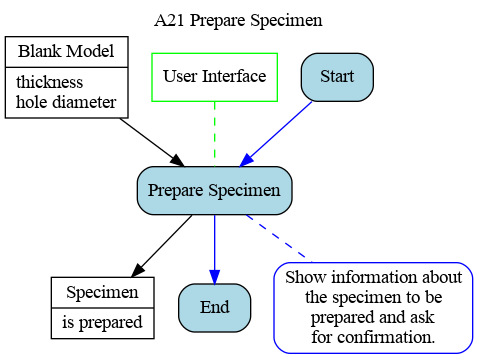
Before: Ontology_Layer/Behaviour_Model/04_A21.gv.png, a diagram exported from Graphviz (ModelsforManufacturing/hole-flanging-by-SPIF-in-a-single-stage). Its source is kept beside it as Ontology_Layer/Behaviour_Model/04_A21.gv.
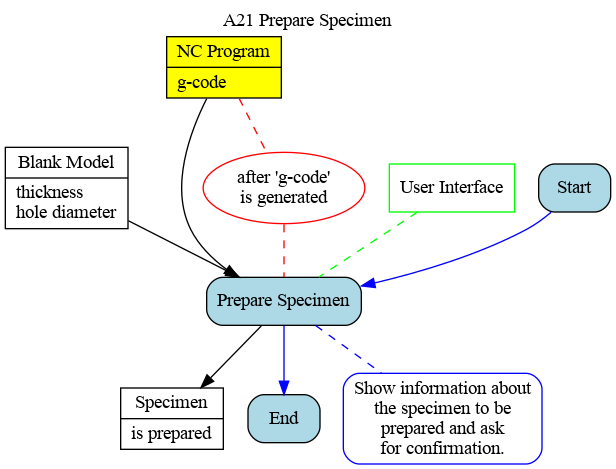
The same file after the commit.

What changed in the source:
```diff
@@ -6,6 +6,8 @@
 node [shape=record, style=filled, fillcolor=white, color=black]
 blank [label="{Blank Model|thickness\lhole diameter\l}"];
 spec [label="{Specimen|is prepared\l}"];
+prog [label="{NC Program|g-code\l}", fillcolor=yellow];
+
 
 node [shape=box, style=filled, fillcolor=white, color=green]
 m1 [label="User Interface"]
@@ -28,11 +30,13 @@
 m1 -> t1
 
 edge [dir=forward, color=black, fontcolor=black, style=solid]
-blank -> t1
+{blank, prog} -> t1
 t1 -> spec
 
 node [shape=ellipse, style=filled, fillcolor=white, color=red]
+c1 [label="after 'g-code'\nis generated"]
 
 edge [dir=none, color=red, style=dashed]
+prog -> c1 -> t1
 
 }
```
